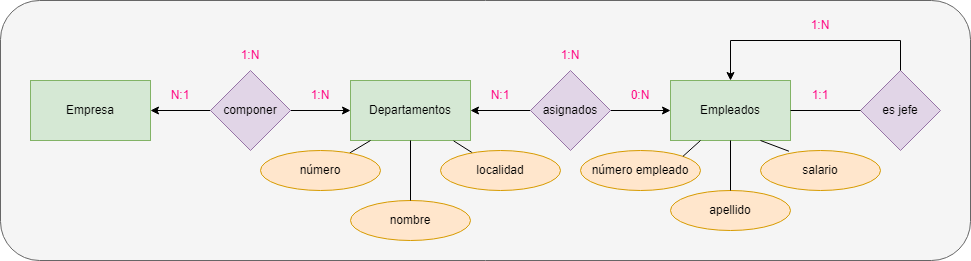
This is Tareas/UD2-INTERPRETACIÓN DE DIAGRAMAS ENTIDAD-RELACIÓN/Ejercicio Básico ER/6empresaDepartamentos.drawio.png from popadron/base-de-datos, a draw.io export, as it was before one commit. Source tidied: cells renumbered, new cells last; positions are measured from the earlier drawing's top-left corner, leaving out a move shared by most shapes.
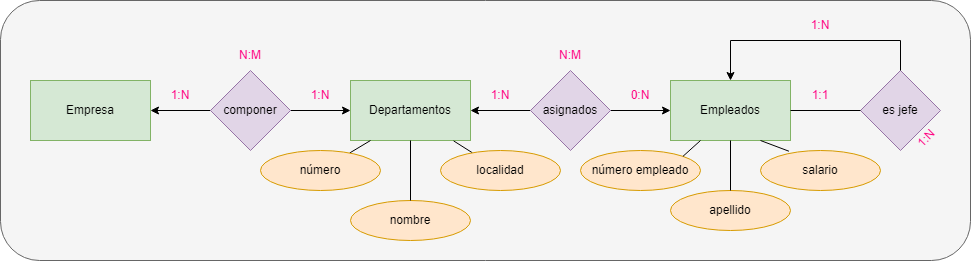
Later version of the same file.

Diff of the diagram source:
```diff
@@ -32,22 +32,22 @@
     <mxCell id="11" value="Empleados" style="rounded=0;whiteSpace=wrap;html=1;fillColor=#d5e8d4;strokeColor=#82b366;" parent="1" vertex="1">
       <mxGeometry x="670" y="80" width="120" height="60" as="geometry" />
     </mxCell>
-    <mxCell id="12" value="&lt;font color=&quot;#ff0080&quot;&gt;N:1&lt;/font&gt;" style="text;html=1;strokeColor=none;fillColor=none;align=center;verticalAlign=middle;whiteSpace=wrap;rounded=0;" parent="1" vertex="1">
+    <mxCell id="12" value="&lt;font color=&quot;#ff0080&quot;&gt;1:N&lt;/font&gt;" style="text;html=1;strokeColor=none;fillColor=none;align=center;verticalAlign=middle;whiteSpace=wrap;rounded=0;" parent="1" vertex="1">
       <mxGeometry x="150" y="80" width="60" height="30" as="geometry" />
     </mxCell>
     <mxCell id="13" value="&lt;font color=&quot;#ff0080&quot;&gt;1:N&lt;/font&gt;" style="text;html=1;strokeColor=none;fillColor=none;align=center;verticalAlign=middle;whiteSpace=wrap;rounded=0;" parent="1" vertex="1">
       <mxGeometry x="290" y="80" width="60" height="30" as="geometry" />
     </mxCell>
-    <mxCell id="14" value="1:N" style="text;html=1;strokeColor=none;fillColor=none;align=center;verticalAlign=middle;whiteSpace=wrap;rounded=0;fontColor=#FF0080;" parent="1" vertex="1">
+    <mxCell id="14" value="N:M" style="text;html=1;strokeColor=none;fillColor=none;align=center;verticalAlign=middle;whiteSpace=wrap;rounded=0;fontColor=#FF0080;" parent="1" vertex="1">
       <mxGeometry x="220" y="40" width="60" height="30" as="geometry" />
     </mxCell>
     <mxCell id="15" value="0:N" style="text;html=1;strokeColor=none;fillColor=none;align=center;verticalAlign=middle;whiteSpace=wrap;rounded=0;fontColor=#FF0080;" parent="1" vertex="1">
       <mxGeometry x="610" y="80" width="60" height="30" as="geometry" />
     </mxCell>
-    <mxCell id="16" value="N:1" style="text;html=1;strokeColor=none;fillColor=none;align=center;verticalAlign=middle;whiteSpace=wrap;rounded=0;fontColor=#FF0080;" parent="1" vertex="1">
+    <mxCell id="16" value="1:N" style="text;html=1;strokeColor=none;fillColor=none;align=center;verticalAlign=middle;whiteSpace=wrap;rounded=0;fontColor=#FF0080;" parent="1" vertex="1">
       <mxGeometry x="470" y="80" width="60" height="30" as="geometry" />
     </mxCell>
-    <mxCell id="17" value="1:N" style="text;html=1;strokeColor=none;fillColor=none;align=center;verticalAlign=middle;whiteSpace=wrap;rounded=0;fontColor=#FF0080;" parent="1" vertex="1">
+    <mxCell id="17" value="N:M" style="text;html=1;strokeColor=none;fillColor=none;align=center;verticalAlign=middle;whiteSpace=wrap;rounded=0;fontColor=#FF0080;" parent="1" vertex="1">
       <mxGeometry x="540" y="40" width="60" height="30" as="geometry" />
     </mxCell>
     <mxCell id="18" style="endArrow=none;html=1;rounded=0;fontColor=#FF0080;" parent="1" edge="1" target="19">
@@ -108,5 +108,8 @@
     <mxCell id="34" value="1:N" style="text;html=1;strokeColor=none;fillColor=none;align=center;verticalAlign=middle;whiteSpace=wrap;rounded=0;fontColor=#FF0080;" parent="1" vertex="1">
       <mxGeometry x="790" y="10" width="60" height="30" as="geometry" />
     </mxCell>
+    <mxCell id="35" value="1:N" style="text;html=1;strokeColor=none;fillColor=none;align=center;verticalAlign=middle;whiteSpace=wrap;rounded=0;fontColor=#FF0080;rotation=-45;" parent="1" vertex="1">
+      <mxGeometry x="896" y="123" width="60" height="30" as="geometry" />
+    </mxCell>
   </root>
 </mxGraphModel>
```
